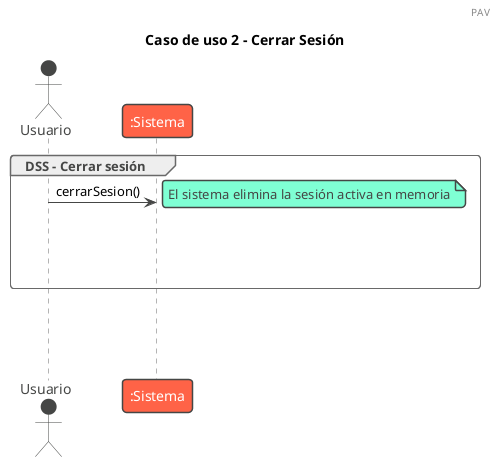
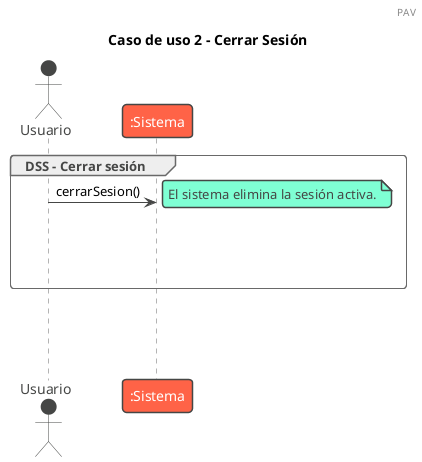
@startuml cerrarSesion
!theme vibrant
header PAV


title Caso de uso 2 - Cerrar Sesión

group DSS - Cerrar sesión

Actor Usuario

note left of Usuario #aqua
end note

note left of Usuario #aqua
end note


Usuario -> ":Sistema" : cerrarSesion()
- note right: El sistema elimina la sesión activa en memoria
+ note right: El sistema elimina la sesión activa.



|||
|||
|||
end
|||
|||
|||
@enduml